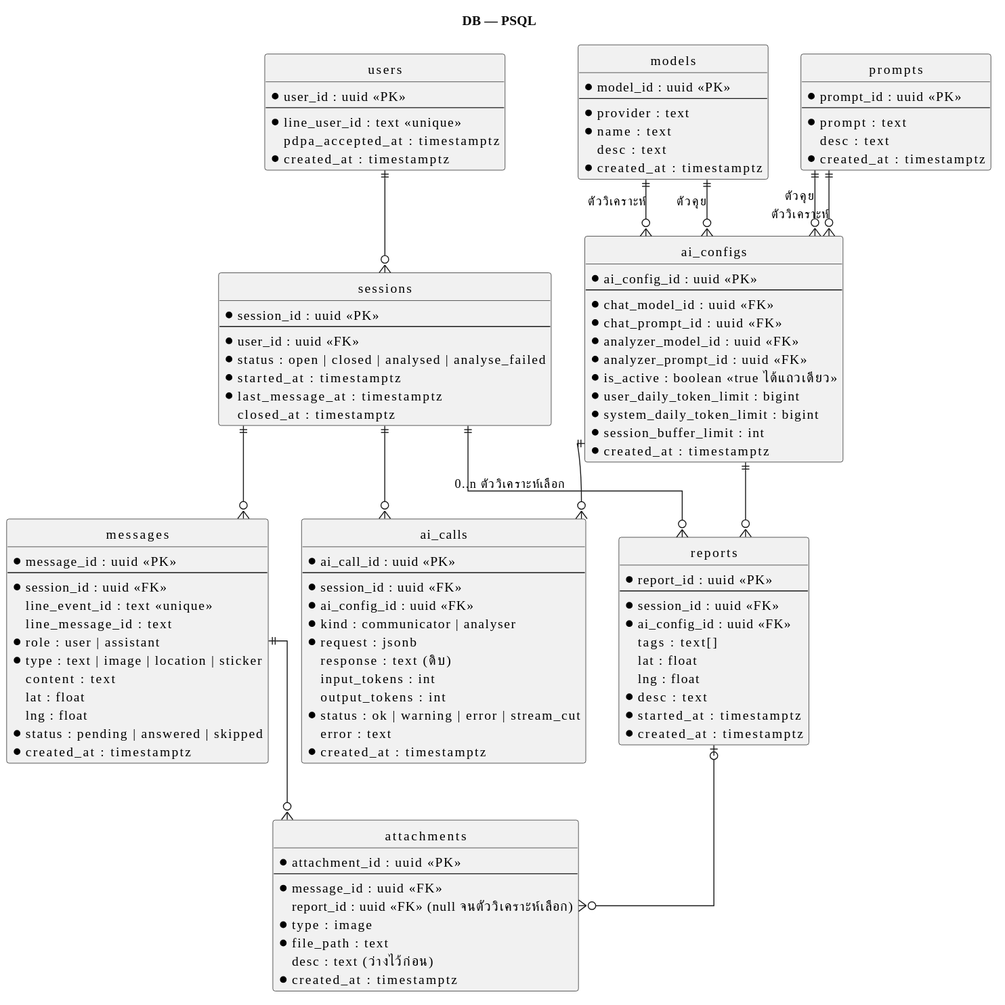
This is docs/designs/07-dbdiagram/db.svg from tonkitcstu/ucr-smartcity_chatbot, a PlantUML export, as it was before one commit.
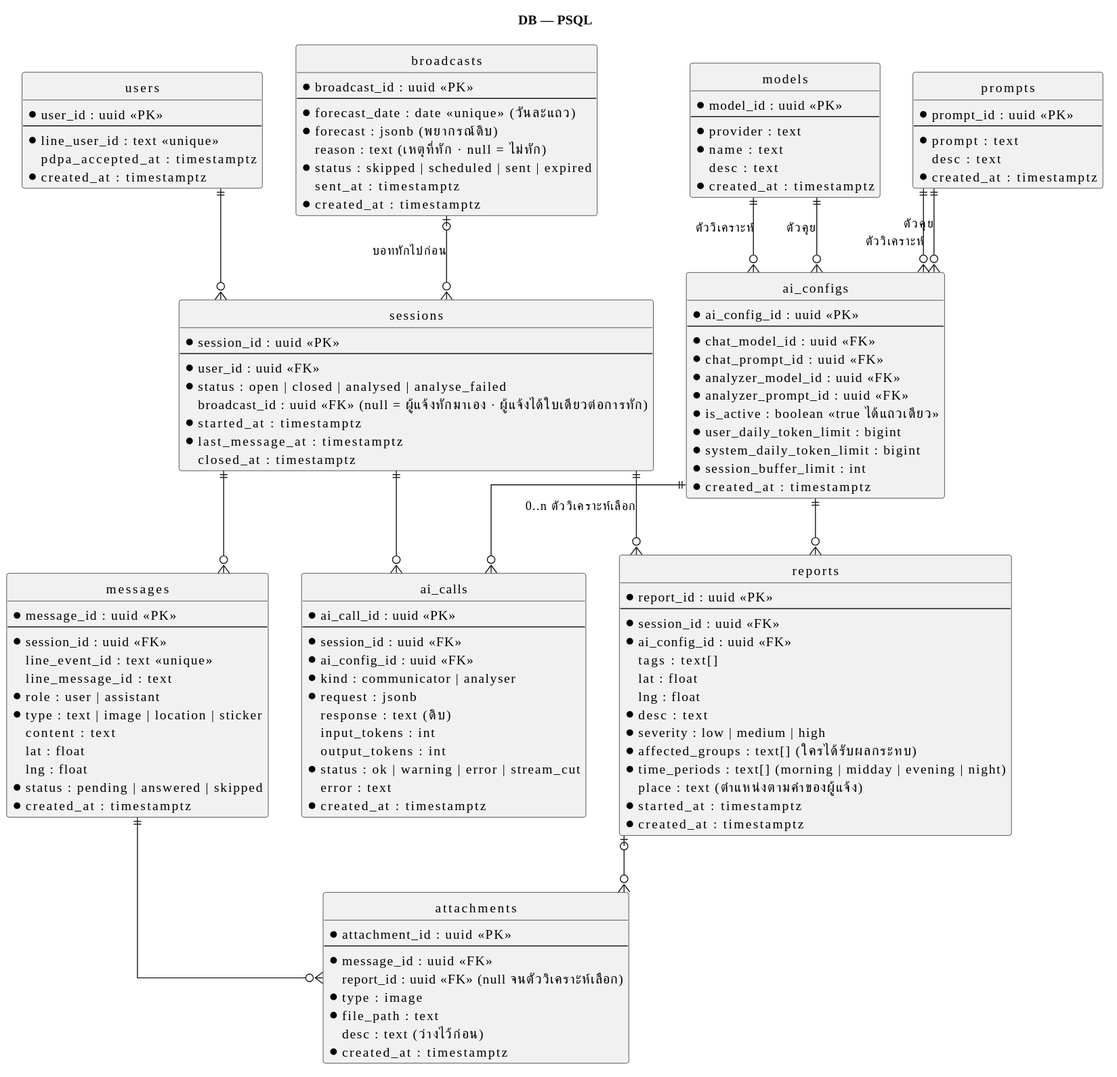
Later version of the same file.

The edit, as a diff of the source:
```diff
@@ -15,11 +15,23 @@
   * created_at : timestamptz
 }
 
+entity broadcasts {
+  * broadcast_id : uuid <<PK>>
+  --
+  * forecast_date : date <<unique>> (วันละแถว)
+  * forecast : jsonb (พยากรณ์ดิบ)
+  reason : text (เหตุที่ทัก · null = ไม่ทัก)
+  * status : skipped | scheduled | sent | expired
+  sent_at : timestamptz
+  * created_at : timestamptz
+}
+
 entity sessions {
   * session_id : uuid <<PK>>
   --
   * user_id : uuid <<FK>>
   * status : open | closed | analysed | analyse_failed
+  broadcast_id : uuid <<FK>> (null = ผู้แจ้งทักมาเอง · ผู้แจ้งได้ใบเดียวต่อการทัก)
   * started_at : timestamptz
   * last_message_at : timestamptz
   closed_at : timestamptz
@@ -60,6 +72,10 @@
   lat : float
   lng : float
   * desc : text
+  * severity : low | medium | high
+  * affected_groups : text[] (ใครได้รับผลกระทบ)
+  * time_periods : text[] (morning | midday | evening | night)
+  place : text (ตำแหน่งตามคำของผู้แจ้ง)
   * started_at : timestamptz
   * created_at : timestamptz
 }
@@ -111,6 +127,7 @@
 }
 
 users ||--o{ sessions
+broadcasts |o--o{ sessions : บอททักไปก่อน
 sessions ||--o{ messages
 messages ||--o{ attachments
 sessions ||--o{ reports : 0..n ตัววิเคราะห์เลือก
```
